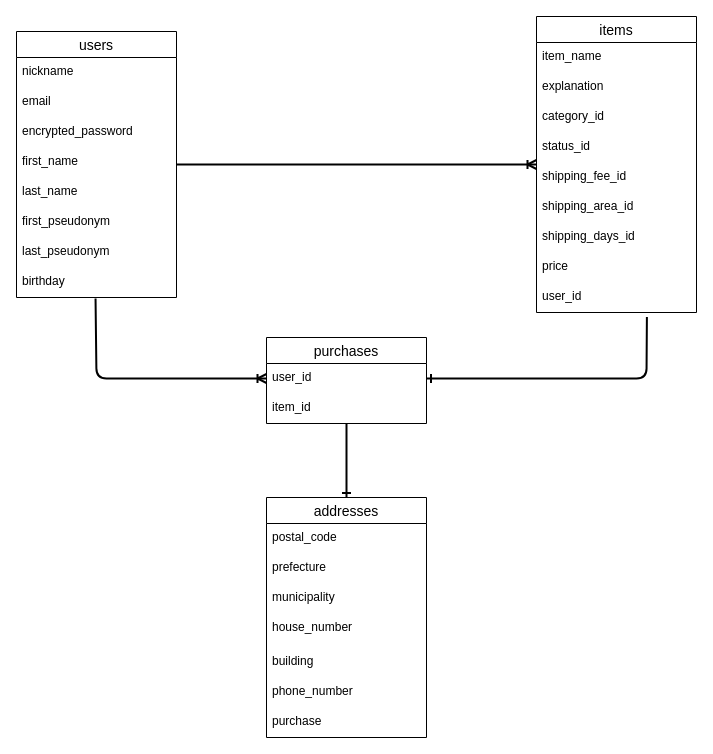
Earlier version of the draw.io diagram furima.dio (aa-naoki/furima-35853). Source tidied: cells renumbered, new cells numbered last; positions are measured from the earlier drawing's top-left corner, leaving out a move shared by most shapes. Both pictures are drawn from the tidied source at 100%, with x=0, y=0 at pixel (16, 16).
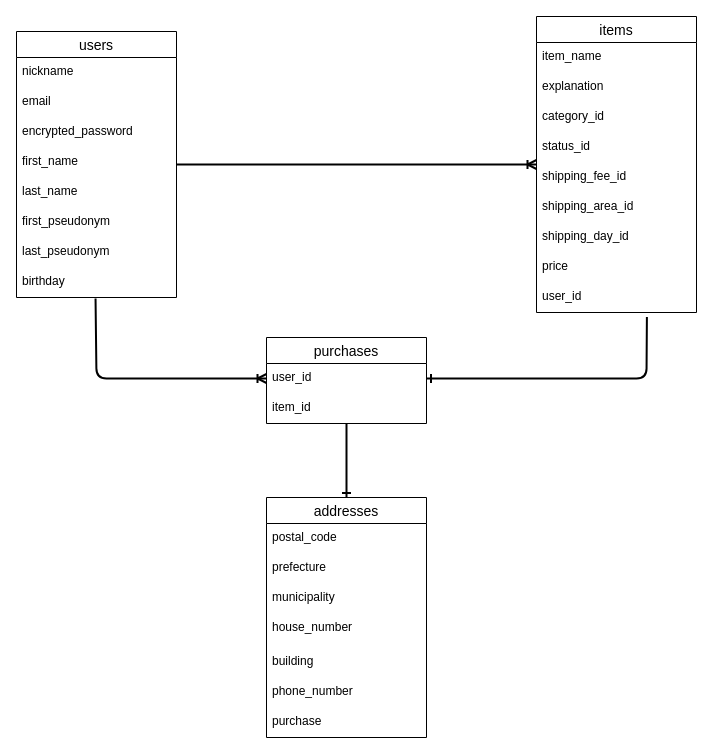
Above is the later version.

Commit message (it also covers changes not shown here):
ER図・READMEの修正#3

Unchanged cells that the change refers to:
```xml
<mxCell id="11" value="items" style="swimlane;fontStyle=0;horizontal=1;startSize=26;align=center;fontSize=14;" parent="1" vertex="1">
  <mxGeometry x="520" width="160" height="296" as="geometry" />
</mxCell>
```

Change to the diagram source:
```diff
@@
-    <mxCell id="18" value="shipping_days_id" style="text;strokeColor=none;fillColor=none;spacingLeft=4;spacingRight=4;overflow=hidden;fontSize=12;" parent="11" vertex="1">
+    <mxCell id="18" value="shipping_day_id" style="text;strokeColor=none;fillColor=none;spacingLeft=4;spacingRight=4;overflow=hidden;fontSize=12;" parent="11" vertex="1">
       <mxGeometry y="206" width="160" height="30" as="geometry" />
     </mxCell>
```
